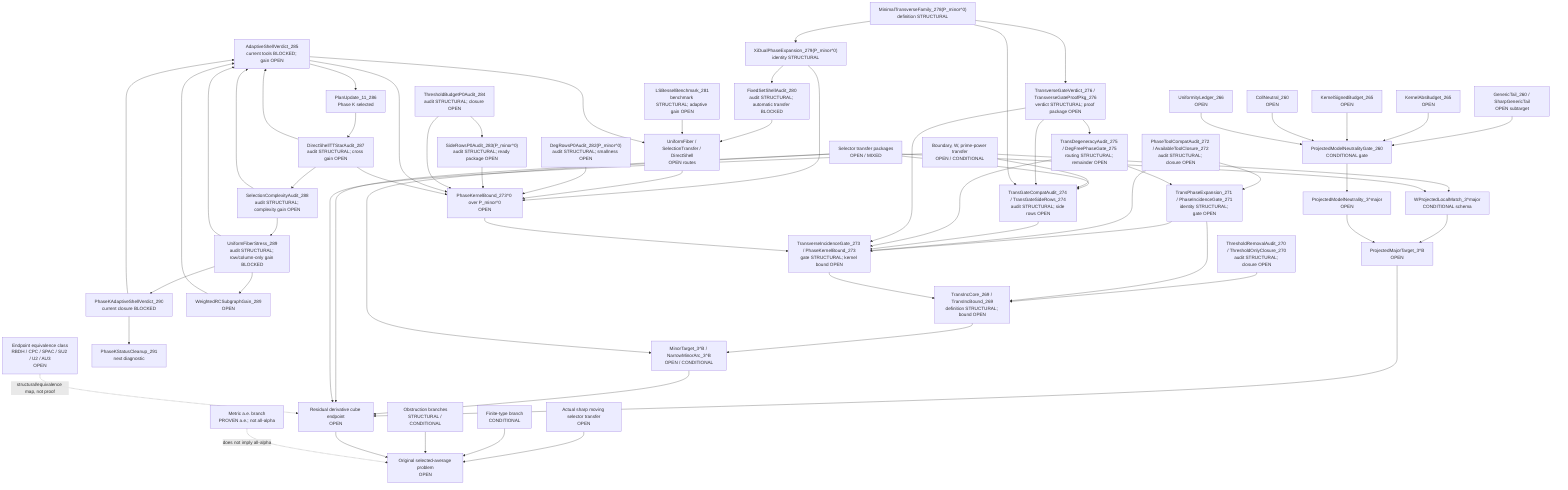
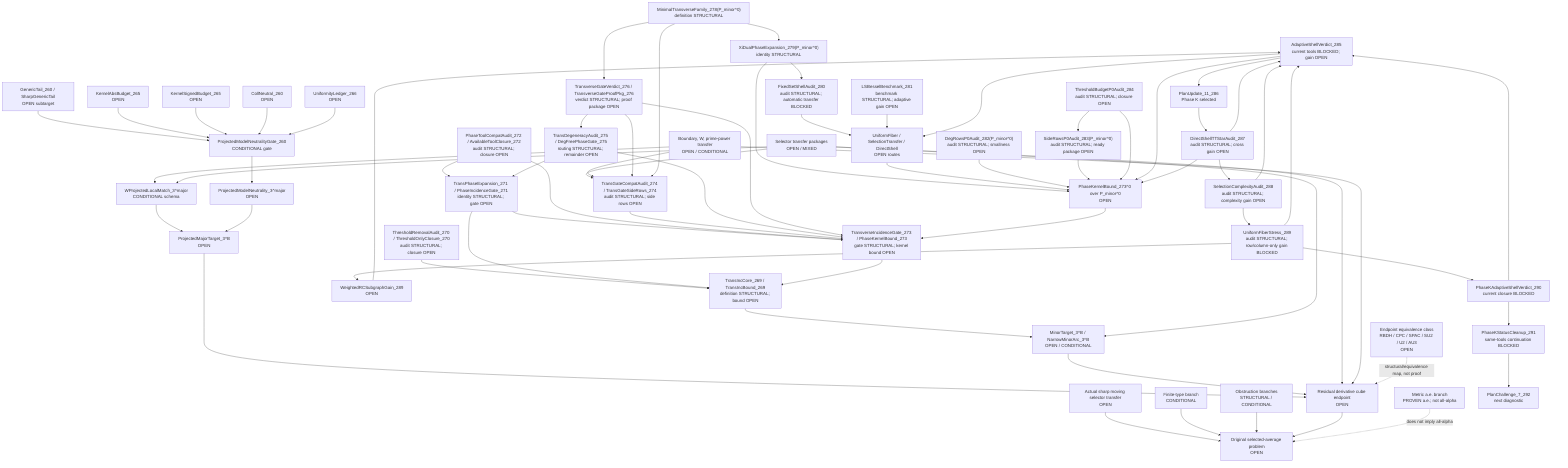
flowchart TD
  Original["Original selected-average problem<br/>OPEN"]
  SharpSel["Actual sharp moving selector transfer<br/>OPEN"]
  FiniteType["Finite-type branch<br/>CONDITIONAL"]
  Metric["Metric a.e. branch<br/>PROVEN a.e.; not all-alpha"]
  Obstruction["Obstruction branches<br/>STRUCTURAL / CONDITIONAL"]

  ResCube["Residual derivative cube endpoint<br/>OPEN"]
  MajorTarget["ProjectedMajorTarget_3^B<br/>OPEN"]
  MinorTarget["MinorTarget_3^B / NarrowMinorArc_3^B<br/>OPEN / CONDITIONAL"]
  TransInc["TransIncCore_269 / TransIncBound_269<br/>definition STRUCTURAL; bound OPEN"]
  ThresholdAudit["ThresholdRemovalAudit_270 / ThresholdOnlyClosure_270<br/>audit STRUCTURAL; closure OPEN"]
  PhaseExpansion["TransPhaseExpansion_271 / PhaseIncidenceGate_271<br/>identity STRUCTURAL; gate OPEN"]
  ToolCompat["PhaseToolCompatAudit_272 / AvailableToolClosure_272<br/>audit STRUCTURAL; closure OPEN"]
  TransGate["TransverseIncidenceGate_273 / PhaseKernelBound_273<br/>gate STRUCTURAL; kernel bound OPEN"]
  TransGateCompat["TransGateCompatAudit_274 / TransGateSideRows_274<br/>audit STRUCTURAL; side rows OPEN"]
  DegAudit["TransDegeneracyAudit_275 / DegFreePhaseGate_275<br/>routing STRUCTURAL; remainder OPEN"]
  TransVerdict["TransverseGateVerdict_276 / TransverseGateProofPkg_276<br/>verdict STRUCTURAL; proof package OPEN"]
  MinTransFamily["MinimalTransverseFamily_278(P_minor^0)<br/>definition STRUCTURAL"]
  XiExpansion["XiDualPhaseExpansion_279(P_minor^0)<br/>identity STRUCTURAL"]
  FixedShellAudit["FixedSetShellAudit_280<br/>audit STRUCTURAL; automatic transfer BLOCKED"]
  FixedShellTransfer["UniformFiber / SelectionTransfer / DirectShell<br/>OPEN routes"]
  LSBesselBench["LSBesselBenchmark_281<br/>benchmark STRUCTURAL; adaptive gain OPEN"]
  DegRowsP0["DegRowsP0Audit_282(P_minor^0)<br/>audit STRUCTURAL; smallness OPEN"]
  SideRowsP0["SideRowsP0Audit_283(P_minor^0)<br/>audit STRUCTURAL; ready package OPEN"]
  ThresholdP0["ThresholdBudgetP0Audit_284<br/>audit STRUCTURAL; closure OPEN"]
  AdaptiveShellP0["AdaptiveShellVerdict_285<br/>current tools BLOCKED; gain OPEN"]
  PlanUpdate11["PlanUpdate_11_286<br/>Phase K selected"]
  DirectTTStar["DirectShellTTStarAudit_287<br/>audit STRUCTURAL; cross gain OPEN"]
  SelectionComplexity["SelectionComplexityAudit_288<br/>audit STRUCTURAL; complexity gain OPEN"]
  UniformFiberStress["UniformFiberStress_289<br/>audit STRUCTURAL; row/column-only gain BLOCKED"]
  WeightedRCSubgraph["WeightedRCSubgraphGain_289<br/>OPEN"]
  AdaptiveVerdict290["PhaseKAdaptiveShellVerdict_290<br/>current closure BLOCKED"]
-   PhaseKCleanup291["PhaseKStatusCleanup_291<br/>next diagnostic"]
+   PhaseKCleanup291["PhaseKStatusCleanup_291<br/>same-tools continuation BLOCKED"]
+   PlanChallenge7["PlanChallenge_7_292<br/>next diagnostic"]
  PhaseKernel0["PhaseKernelBound_273^0 over P_minor^0<br/>OPEN"]
  SelectorTransfer["Selector transfer packages<br/>OPEN / MIXED"]
  BoundaryTransfer["Boundary, W, prime-power transfer<br/>OPEN / CONDITIONAL"]

  WLocal["WProjectedLocalMatch_3^major<br/>CONDITIONAL schema"]
  ModelNeutral["ProjectedModelNeutrality_3^major<br/>OPEN"]
  PMNGate["ProjectedModelNeutralityGate_260<br/>CONDITIONAL gate"]
  GenericTail["GenericTail_260 / SharpGenericTail<br/>OPEN subtarget"]
  KernelAbs["KernelAbsBudget_265<br/>OPEN"]
  KernelSigned["KernelSignedBudget_265<br/>OPEN"]
  CollNeutral["CollNeutral_260<br/>OPEN"]
  Uniformity["UniformityLedger_266<br/>OPEN"]

  EndpointClass["Endpoint equivalence class<br/>RBDH / CPC / SPAC / SU2 / U2 / AU3<br/>OPEN"]

  SharpSel --> Original
  FiniteType --> Original
  Obstruction --> Original
  ResCube --> Original
  Metric -. "does not imply all-alpha" .-> Original

  MajorTarget --> ResCube
  MinorTarget --> ResCube
  TransInc --> MinorTarget
  ThresholdAudit --> TransInc
  PhaseExpansion --> TransInc
  ToolCompat --> PhaseExpansion
  TransGate --> TransInc
  PhaseExpansion --> TransGate
  ToolCompat --> TransGate
  TransGateCompat --> TransGate
  SelectorTransfer --> TransGateCompat
  BoundaryTransfer --> TransGateCompat
  DegAudit --> TransGate
  DegAudit --> PhaseExpansion
  TransVerdict --> TransGate
  TransVerdict --> TransGateCompat
  TransVerdict --> DegAudit
  PhaseKernel0 --> TransGate
  MinTransFamily --> XiExpansion
  XiExpansion --> PhaseKernel0
  XiExpansion --> FixedShellAudit
  FixedShellAudit --> FixedShellTransfer
  FixedShellTransfer --> PhaseKernel0
  LSBesselBench --> FixedShellTransfer
  DegRowsP0 --> PhaseKernel0
  SideRowsP0 --> PhaseKernel0
  ThresholdP0 --> SideRowsP0
  ThresholdP0 --> PhaseKernel0
  AdaptiveShellP0 --> PhaseKernel0
  AdaptiveShellP0 --> FixedShellTransfer
  AdaptiveShellP0 --> PlanUpdate11
  PlanUpdate11 --> DirectTTStar
  DirectTTStar --> AdaptiveShellP0
  DirectTTStar --> PhaseKernel0
  DirectTTStar --> SelectionComplexity
  SelectionComplexity --> UniformFiberStress
  SelectionComplexity --> AdaptiveShellP0
  UniformFiberStress --> WeightedRCSubgraph
  WeightedRCSubgraph --> AdaptiveShellP0
  UniformFiberStress --> AdaptiveVerdict290
  UniformFiberStress --> AdaptiveShellP0
  AdaptiveVerdict290 --> AdaptiveShellP0
  AdaptiveVerdict290 --> PhaseKCleanup291
+   PhaseKCleanup291 --> PlanChallenge7
  MinTransFamily --> TransGateCompat
  MinTransFamily --> TransVerdict
  SelectorTransfer --> ResCube
  BoundaryTransfer --> ResCube
  EndpointClass -. "structural/equivalence map, not proof" .-> ResCube

  WLocal --> MajorTarget
  ModelNeutral --> MajorTarget

  PMNGate --> ModelNeutral
  GenericTail --> PMNGate
  KernelAbs --> PMNGate
  KernelSigned --> PMNGate
  CollNeutral --> PMNGate
  Uniformity --> PMNGate

  BoundaryTransfer --> WLocal
  SelectorTransfer --> WLocal
  SelectorTransfer --> MinorTarget
